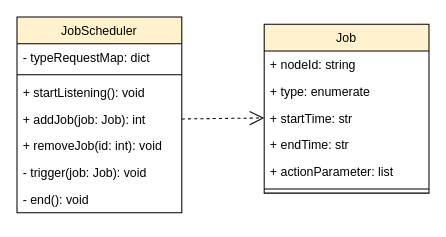
Earlier version of the draw.io diagram page "类图_任务调度模块" (9 of 12) of 仿真功能模块UML类图.drawio (Icarus1994/neutron_conf). Source tidied: cells renumbered, new cells numbered last; positions are measured from the earlier drawing's top-left corner, leaving out a move shared by most shapes. Both pictures are drawn from the tidied source at 103%, with x=0, y=0 at pixel (16, 16).
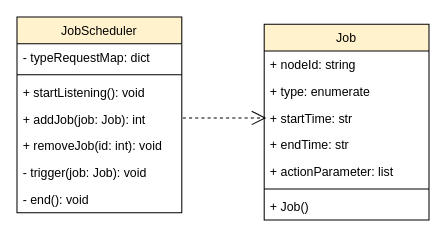
The same page after the edit.

Change to the diagram source:
```diff
@@
 <mxGraphModel>
   <root>
     <mxCell id="0" />
     <mxCell id="1" parent="0" />
     <mxCell id="2" value="JobScheduler" style="swimlane;fontStyle=0;align=center;verticalAlign=top;horizontal=1;startSize=26;fillColor=#fff2cc;strokeColor=#000000;" parent="1" vertex="1">
       <mxGeometry width="160" height="190" as="geometry" />
     </mxCell>
     <mxCell id="3" value="- typeRequestMap: dict" style="text;strokeColor=none;fillColor=none;align=left;verticalAlign=top;spacingLeft=4;spacingRight=4;overflow=hidden;" parent="2" vertex="1">
       <mxGeometry y="26" width="160" height="26" as="geometry" />
     </mxCell>
     <mxCell id="4" style="line;strokeWidth=1;fillColor=none;align=left;verticalAlign=middle;spacingTop=-1;spacingLeft=3;spacingRight=3;labelPosition=right;" parent="2" vertex="1">
       <mxGeometry y="52" width="160" height="8" as="geometry" />
     </mxCell>
     <mxCell id="5" value="+ startListening(): void" style="text;strokeColor=none;fillColor=none;align=left;verticalAlign=top;spacingLeft=4;spacingRight=4;overflow=hidden;" parent="2" vertex="1">
       <mxGeometry y="60" width="160" height="26" as="geometry" />
     </mxCell>
     <mxCell id="6" value="+ addJob(job: Job): int" style="text;strokeColor=none;fillColor=none;align=left;verticalAlign=top;spacingLeft=4;spacingRight=4;overflow=hidden;points=[[0,0.5],[1,0.5]];portConstraint=eastwest;" parent="2" vertex="1">
       <mxGeometry y="86" width="160" height="26" as="geometry" />
     </mxCell>
     <mxCell id="7" value="+ removeJob(id: int): void" style="text;strokeColor=none;fillColor=none;align=left;verticalAlign=top;spacingLeft=4;spacingRight=4;overflow=hidden;" parent="2" vertex="1">
       <mxGeometry y="112" width="160" height="26" as="geometry" />
     </mxCell>
     <mxCell id="8" value="- trigger(job: Job): void" style="text;strokeColor=none;fillColor=none;align=left;verticalAlign=top;spacingLeft=4;spacingRight=4;overflow=hidden;" parent="2" vertex="1">
       <mxGeometry y="138" width="160" height="26" as="geometry" />
     </mxCell>
     <mxCell id="9" value="- end(): void" style="text;strokeColor=none;fillColor=none;align=left;verticalAlign=top;spacingLeft=4;spacingRight=4;overflow=hidden;" parent="2" vertex="1">
       <mxGeometry y="164" width="160" height="26" as="geometry" />
     </mxCell>
-    <mxCell id="10" style="endArrow=open;endSize=12;dashed=1;html=1;exitX=1;exitY=0.5;exitDx=0;exitDy=0;entryX=0;entryY=0.5;entryDx=0;entryDy=0;" parent="1" edge="1" source="6" target="14">
-      <mxGeometry relative="1" as="geometry" />
-    </mxCell>
     <mxCell id="11" value="Job" style="swimlane;fontStyle=0;align=center;verticalAlign=top;horizontal=1;startSize=26;fillColor=#fff2cc;strokeColor=#000000;" parent="1" vertex="1">
-      <mxGeometry x="240" y="7" width="160" height="164" as="geometry" />
+      <mxGeometry x="240" y="7" width="160" height="190" as="geometry" />
     </mxCell>
     <mxCell id="12" value="+ nodeId: string" style="text;strokeColor=none;fillColor=none;align=left;verticalAlign=top;spacingLeft=4;spacingRight=4;overflow=hidden;" parent="11" vertex="1">
       <mxGeometry y="26" width="160" height="26" as="geometry" />
     </mxCell>
     <mxCell id="13" value="+ type: enumerate" style="text;strokeColor=none;fillColor=none;align=left;verticalAlign=top;spacingLeft=4;spacingRight=4;overflow=hidden;" parent="11" vertex="1">
       <mxGeometry y="52" width="160" height="26" as="geometry" />
     </mxCell>
     <mxCell id="14" value="+ startTime: str" style="text;strokeColor=none;fillColor=none;align=left;verticalAlign=top;spacingLeft=4;spacingRight=4;overflow=hidden;points=[[0,0.5],[1,0.5]];portConstraint=eastwest;" parent="11" vertex="1">
       <mxGeometry y="78" width="160" height="26" as="geometry" />
     </mxCell>
     <mxCell id="15" value="+ endTime: str" style="text;strokeColor=none;fillColor=none;align=left;verticalAlign=top;spacingLeft=4;spacingRight=4;overflow=hidden;" parent="11" vertex="1">
       <mxGeometry y="104" width="160" height="26" as="geometry" />
     </mxCell>
     <mxCell id="16" value="+ actionParameter: list" style="text;strokeColor=none;fillColor=none;align=left;verticalAlign=top;spacingLeft=4;spacingRight=4;overflow=hidden;" parent="11" vertex="1">
       <mxGeometry y="130" width="160" height="26" as="geometry" />
     </mxCell>
     <mxCell id="17" style="line;strokeWidth=1;fillColor=none;align=left;verticalAlign=middle;spacingTop=-1;spacingLeft=3;spacingRight=3;labelPosition=right;" parent="11" vertex="1">
       <mxGeometry y="156" width="160" height="8" as="geometry" />
     </mxCell>
+    <mxCell id="18" value="+ Job()" style="text;strokeColor=none;fillColor=none;align=left;verticalAlign=top;spacingLeft=4;spacingRight=4;overflow=hidden;" parent="11" vertex="1">
+      <mxGeometry y="164" width="160" height="26" as="geometry" />
+    </mxCell>
+    <mxCell id="19" style="endArrow=open;endSize=12;dashed=1;html=1;" parent="1" edge="1">
+      <mxGeometry relative="1" as="geometry">
+        <mxPoint x="161" y="98" as="sourcePoint" />
+        <mxPoint x="242" y="98" as="targetPoint" />
+      </mxGeometry>
+    </mxCell>
   </root>
 </mxGraphModel>
```
